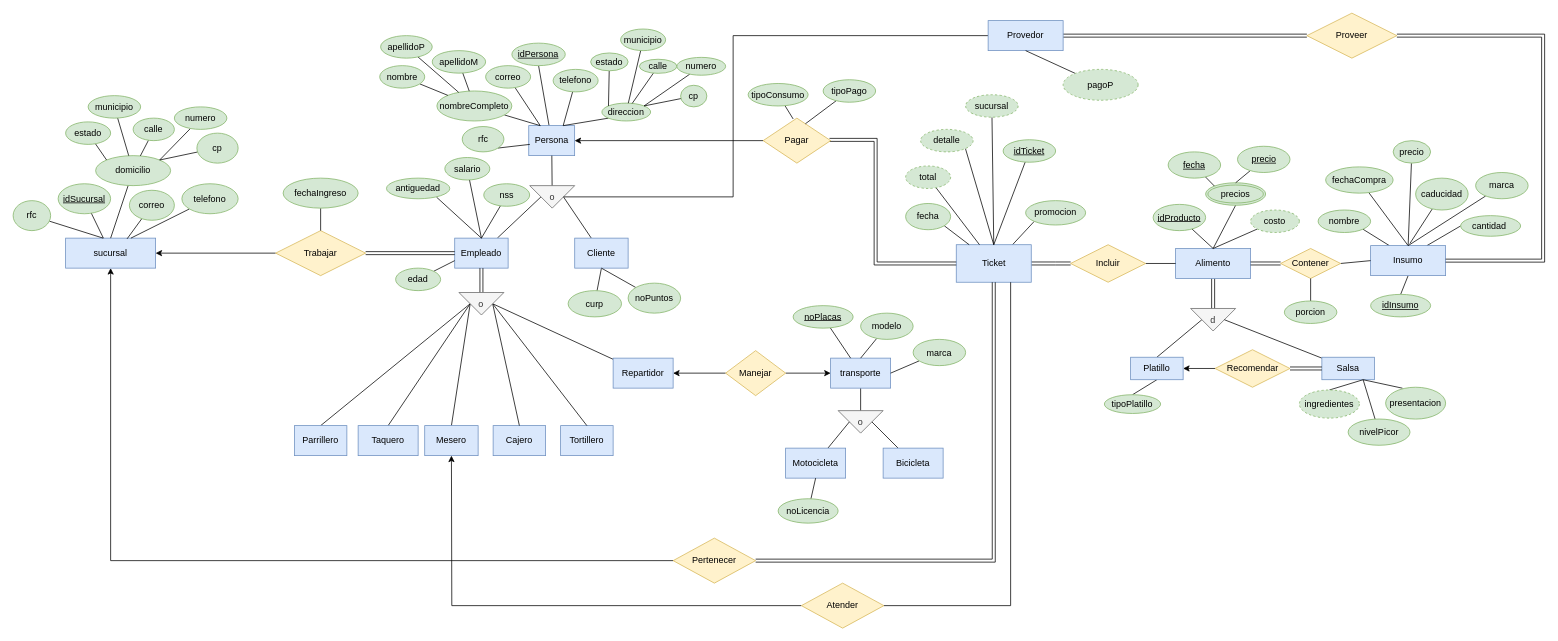
FBD-Alfa/taco-riendo keeps this draw.io diagram as Diagramas/ERAlfa.drawio. Above is the earlier version. Source tidied: cells renumbered, new cells numbered last; positions are measured from the earlier drawing's top-left corner, leaving out a move shared by most shapes. Both pictures are drawn from the tidied source at 75%, with x=0, y=0 at pixel (13, 13).
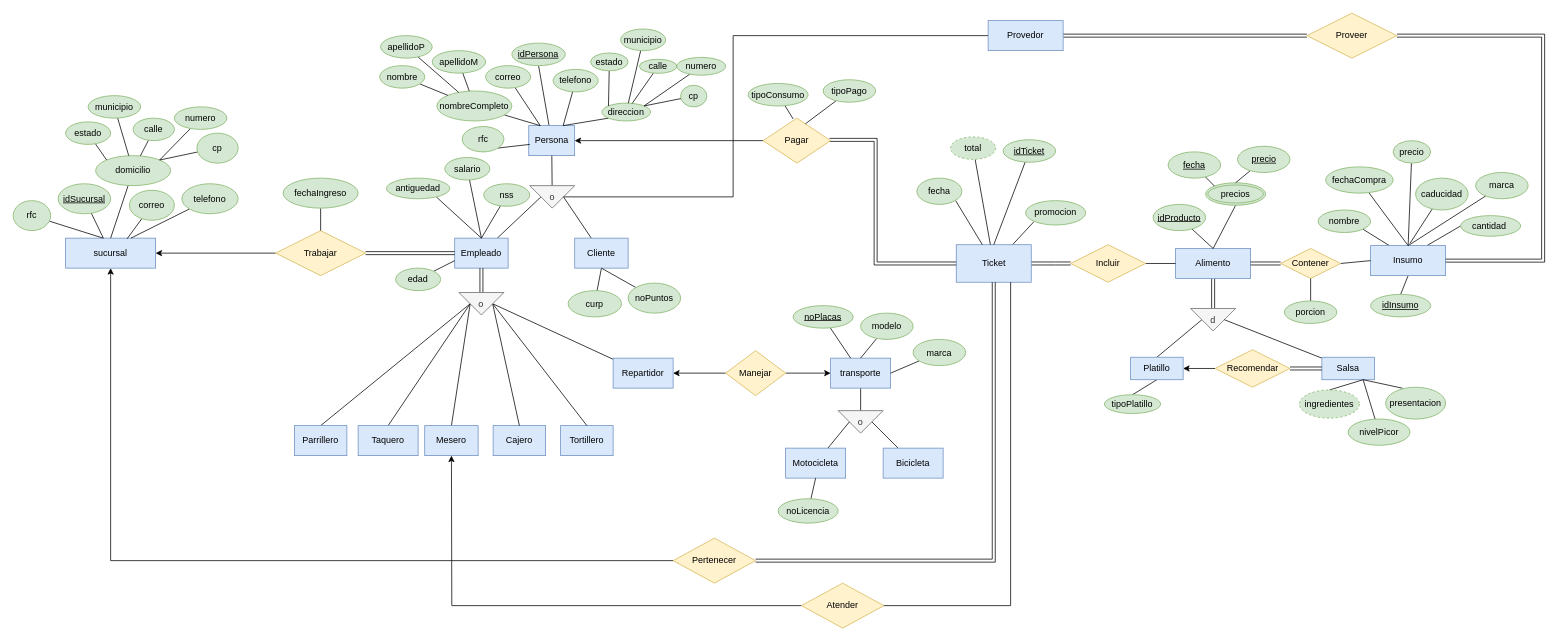
After the change.

The change refers to these unchanged cells:
```xml
<mxCell id="3" value="Alimento" style="whiteSpace=wrap;html=1;align=center;fillColor=#dae8fc;strokeColor=#6c8ebf;" parent="1" vertex="1">
  <mxGeometry x="1550" y="313.8" width="100" height="40" as="geometry" />
</mxCell>
<mxCell id="63" value="Provedor" style="whiteSpace=wrap;html=1;align=center;fillColor=#dae8fc;strokeColor=#6c8ebf;" parent="1" vertex="1">
  <mxGeometry x="1300" y="10" width="100" height="40" as="geometry" />
</mxCell>
<mxCell id="110" value="Ticket" style="whiteSpace=wrap;html=1;align=center;fillColor=#dae8fc;strokeColor=#6c8ebf;" parent="1" vertex="1">
  <mxGeometry x="1257.5" y="308.8" width="100" height="50" as="geometry" />
</mxCell>
```

The edit, as a diff of the source:
```diff
@@
-    <mxCell id="19" style="edgeStyle=none;rounded=0;jettySize=auto;html=1;entryX=0.5;entryY=0;entryDx=0;entryDy=0;endArrow=none;endFill=0;" parent="1" edge="1" source="20" target="3">
-      <mxGeometry relative="1" as="geometry" />
-    </mxCell>
-    <mxCell id="20" value="costo" style="ellipse;whiteSpace=wrap;html=1;align=center;dashed=1;fillColor=#d5e8d4;strokeColor=#82b366;" parent="1" vertex="1">
-      <mxGeometry x="1650" y="262.5" width="65" height="30" as="geometry" />
-    </mxCell>
@@
     <mxCell id="117" value="total" style="ellipse;whiteSpace=wrap;html=1;align=center;dashed=1;fillColor=#d5e8d4;strokeColor=#82b366;" parent="1" vertex="1">
-      <mxGeometry x="1190" y="203.8" width="60" height="30" as="geometry" />
+      <mxGeometry x="1250" y="165" width="60" height="30" as="geometry" />
     </mxCell>
@@
     <mxCell id="119" value="fecha" style="ellipse;whiteSpace=wrap;html=1;align=center;fillColor=#d5e8d4;strokeColor=#82b366;" parent="1" vertex="1">
-      <mxGeometry x="1190" y="253.8" width="60" height="35" as="geometry" />
+      <mxGeometry x="1205" y="220" width="60" height="35" as="geometry" />
     </mxCell>
-    <mxCell id="120" style="edgeStyle=none;rounded=0;jettySize=auto;html=1;entryX=0.5;entryY=0;entryDx=0;entryDy=0;endArrow=none;endFill=0;" parent="1" edge="1" source="121" target="110">
-      <mxGeometry relative="1" as="geometry" />
-    </mxCell>
-    <mxCell id="121" value="sucursal" style="ellipse;whiteSpace=wrap;html=1;align=center;dashed=1;fillColor=#d5e8d4;strokeColor=#82b366;" parent="1" vertex="1">
-      <mxGeometry x="1270" y="108.8" width="70" height="30" as="geometry" />
-    </mxCell>
-    <mxCell id="122" style="edgeStyle=none;rounded=0;jettySize=auto;html=1;entryX=0.5;entryY=0;entryDx=0;entryDy=0;endArrow=none;endFill=0;exitX=1;exitY=1;exitDx=0;exitDy=0;" parent="1" edge="1" source="175" target="110">
-      <mxGeometry relative="1" as="geometry" />
-    </mxCell>
@@
-    <mxCell id="164" style="edgeStyle=none;rounded=0;jettySize=auto;html=1;entryX=0.5;entryY=1;entryDx=0;entryDy=0;endArrow=none;endFill=0;" parent="1" edge="1" source="165" target="63">
-      <mxGeometry relative="1" as="geometry" />
-    </mxCell>
-    <mxCell id="165" value="pagoP" style="ellipse;whiteSpace=wrap;html=1;align=center;fillColor=#d5e8d4;strokeColor=#82b366;dashed=1;" parent="1" vertex="1">
-      <mxGeometry x="1400" y="75" width="100" height="41.2" as="geometry" />
-    </mxCell>
@@
-    <mxCell id="175" value="detalle" style="ellipse;whiteSpace=wrap;html=1;align=center;dashed=1;fillColor=#d5e8d4;strokeColor=#82b366;" parent="1" vertex="1">
-      <mxGeometry x="1210" y="155" width="70" height="30" as="geometry" />
-    </mxCell>
```
